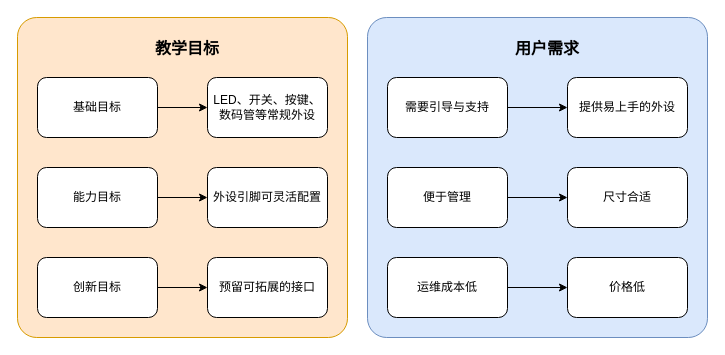
zeandon/draw.io keeps this draw.io diagram as 开发板需求图.drawio. Above is the earlier version. Source tidied: cells renumbered, new cells numbered last; positions are measured from the earlier drawing's top-left corner, leaving out a move shared by most shapes. Both pictures are drawn from the tidied source at 100%, with x=0, y=0 at pixel (17, 17).
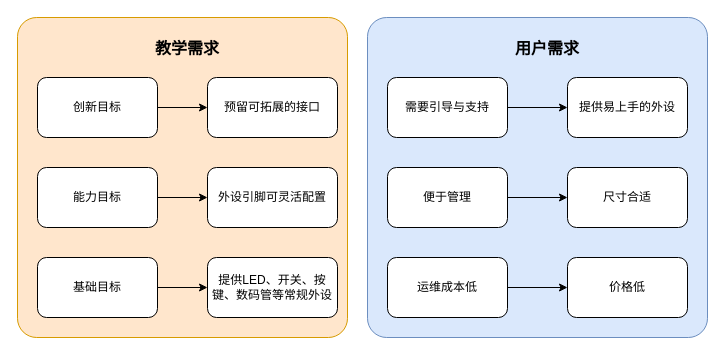
After the change.

Commit message:
更新开发板需求图.drawio

Change to the diagram source:
```diff
@@
     <mxCell id="7" value="基础目标" style="rounded=1;whiteSpace=wrap;html=1;" parent="1" vertex="1">
-      <mxGeometry x="20" y="60" width="120" height="60" as="geometry" />
+      <mxGeometry x="20" y="240" width="120" height="60" as="geometry" />
     </mxCell>
@@
     <mxCell id="11" value="&lt;span style=&quot;background-color: transparent; color: light-dark(rgb(0, 0, 0), rgb(255, 255, 255));&quot;&gt;创新目标&lt;/span&gt;" style="rounded=1;whiteSpace=wrap;html=1;" parent="1" vertex="1">
-      <mxGeometry x="20" y="240" width="120" height="60" as="geometry" />
+      <mxGeometry x="20" y="60" width="120" height="60" as="geometry" />
     </mxCell>
     <mxCell id="12" value="外设引脚可灵活配置" style="rounded=1;whiteSpace=wrap;html=1;" parent="1" vertex="1">
-      <mxGeometry x="190" y="150" width="120" height="60" as="geometry" />
+      <mxGeometry x="190" y="150" width="130" height="60" as="geometry" />
     </mxCell>
     <mxCell id="13" value="预留可拓展的接口" style="rounded=1;whiteSpace=wrap;html=1;" parent="1" vertex="1">
-      <mxGeometry x="190" y="240" width="120" height="60" as="geometry" />
+      <mxGeometry x="190" y="60" width="130" height="60" as="geometry" />
     </mxCell>
@@
-    <mxCell id="21" value="教学目标" style="text;html=1;whiteSpace=wrap;strokeColor=none;fillColor=none;align=center;verticalAlign=middle;rounded=0;fontSize=16;fontStyle=1;" parent="1" vertex="1">
+    <mxCell id="21" value="教学需求" style="text;html=1;whiteSpace=wrap;strokeColor=none;fillColor=none;align=center;verticalAlign=middle;rounded=0;fontSize=16;fontStyle=1;" parent="1" vertex="1">
       <mxGeometry x="125" y="16" width="90" height="30" as="geometry" />
     </mxCell>
@@
-    <mxCell id="23" value="LED、开关、按键、数码管等常规外设" style="whiteSpace=wrap;html=1;rounded=1;" parent="1" vertex="1">
-      <mxGeometry x="190" y="60" width="120" height="60" as="geometry" />
+    <mxCell id="23" value="提供LED、开关、按键、数码管等常规外设" style="whiteSpace=wrap;html=1;rounded=1;" parent="1" vertex="1">
+      <mxGeometry x="190" y="240" width="130" height="60" as="geometry" />
     </mxCell>
```
